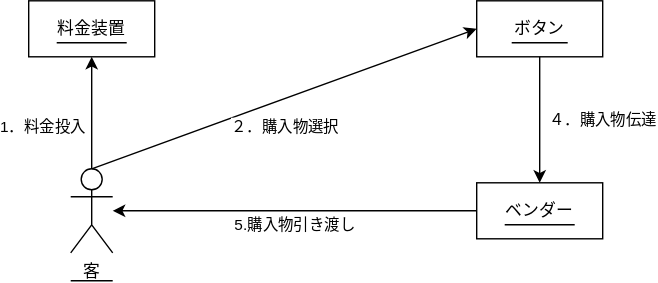
Above: 演習6-4-4_コミュニケーション図_自動販売機.drawio.svg in itouayumu/uml-introduction- (draw.io), before the change. Source tidied: cells renumbered, new cells last; positions are measured from the earlier drawing's top-left corner, leaving out a move shared by most shapes.
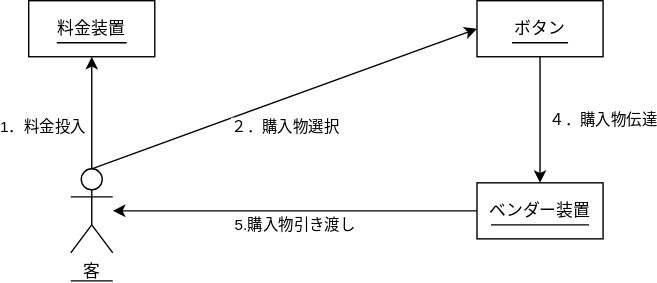
Above is the later version.

Diff of the diagram source:
```diff
@@ -11,7 +11,7 @@
     <mxCell id="4" value="ボタン" style="rounded=0;whiteSpace=wrap;html=1;" parent="1" vertex="1">
       <mxGeometry x="320" width="90" height="40" as="geometry" />
     </mxCell>
-    <mxCell id="5" value="ベンダー" style="rounded=0;whiteSpace=wrap;html=1;" parent="1" vertex="1">
+    <mxCell id="5" value="ベンダー装置" style="rounded=0;whiteSpace=wrap;html=1;" parent="1" vertex="1">
       <mxGeometry x="320" y="130" width="90" height="40" as="geometry" />
     </mxCell>
     <mxCell id="6" style="endArrow=classic;html=1;exitX=0.5;exitY=0;exitDx=0;exitDy=0;exitPerimeter=0;entryX=0.5;entryY=1;entryDx=0;entryDy=0;" parent="1" edge="1" source="2" target="3">
@@ -40,11 +40,8 @@
         <mxPoint x="385" y="30" as="targetPoint" />
       </mxGeometry>
     </mxCell>
-    <mxCell id="11" style="endArrow=none;html=1;" parent="1" edge="1">
-      <mxGeometry relative="1" as="geometry">
-        <mxPoint x="340" y="160" as="sourcePoint" />
-        <mxPoint x="390" y="160" as="targetPoint" />
-      </mxGeometry>
+    <mxCell id="11" style="endArrow=none;html=1;exitX=0.111;exitY=0.75;exitDx=0;exitDy=0;exitPerimeter=0;entryX=0.889;entryY=0.75;entryDx=0;entryDy=0;entryPerimeter=0;" parent="1" edge="1" source="5" target="5">
+      <mxGeometry relative="1" as="geometry" />
     </mxCell>
     <mxCell id="12" style="endArrow=classic;html=1;exitX=0.5;exitY=0;exitDx=0;exitDy=0;exitPerimeter=0;entryX=0;entryY=0.5;entryDx=0;entryDy=0;" parent="1" edge="1" source="2" target="4">
       <mxGeometry relative="1" as="geometry" />
```
